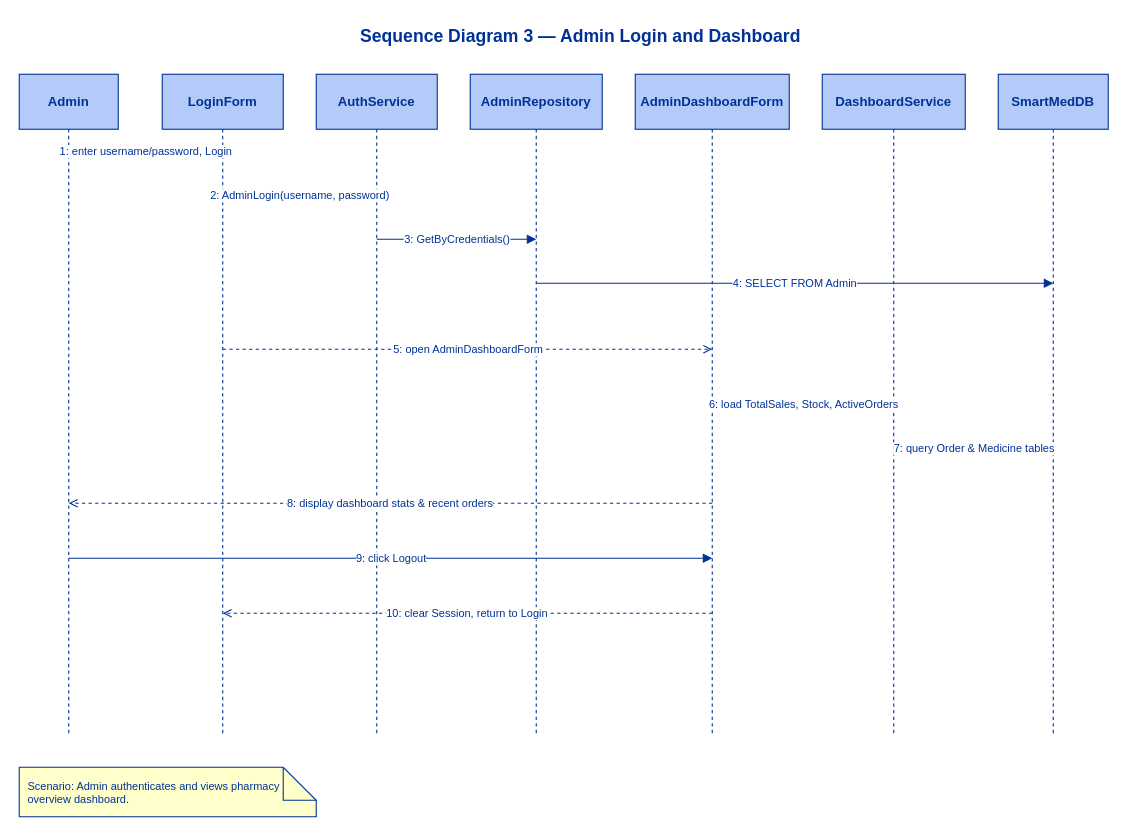
MNSBaanu/SmartMed keeps this draw.io diagram as page "SD3 - Admin Login and Dashboard" (3 of 3) of Docs/Diagrams/Sequence.drawio. Above is the earlier version. Source tidied: cells renumbered, new cells numbered last; positions are measured from the earlier drawing's top-left corner, leaving out a move shared by most shapes. Both pictures are drawn from the tidied source at 110%, with x=0, y=0 at pixel (19, 19).
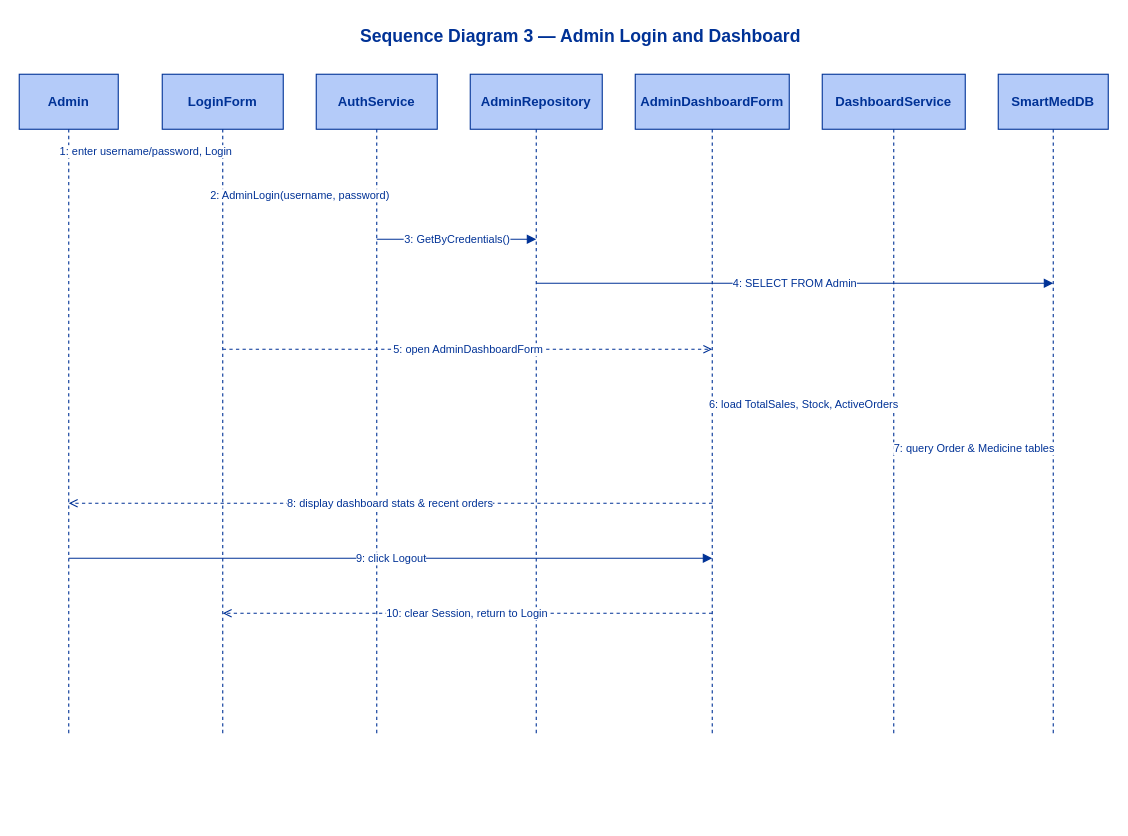
Above is the later version.

Diff of the diagram source:
```diff
@@
-    <mxCell id="20" value="Scenario: Admin authenticates and views pharmacy overview dashboard." style="shape=note;whiteSpace=wrap;html=1;backgroundOutline=1;strokeColor=#003296;fillColor=#ffffcc;fontColor=#003296;fontFamily=Helvetica;fontSize=10;align=left;spacingLeft=6;" parent="1" vertex="1">
-      <mxGeometry y="680" width="270" height="45" as="geometry" />
-    </mxCell>
```
